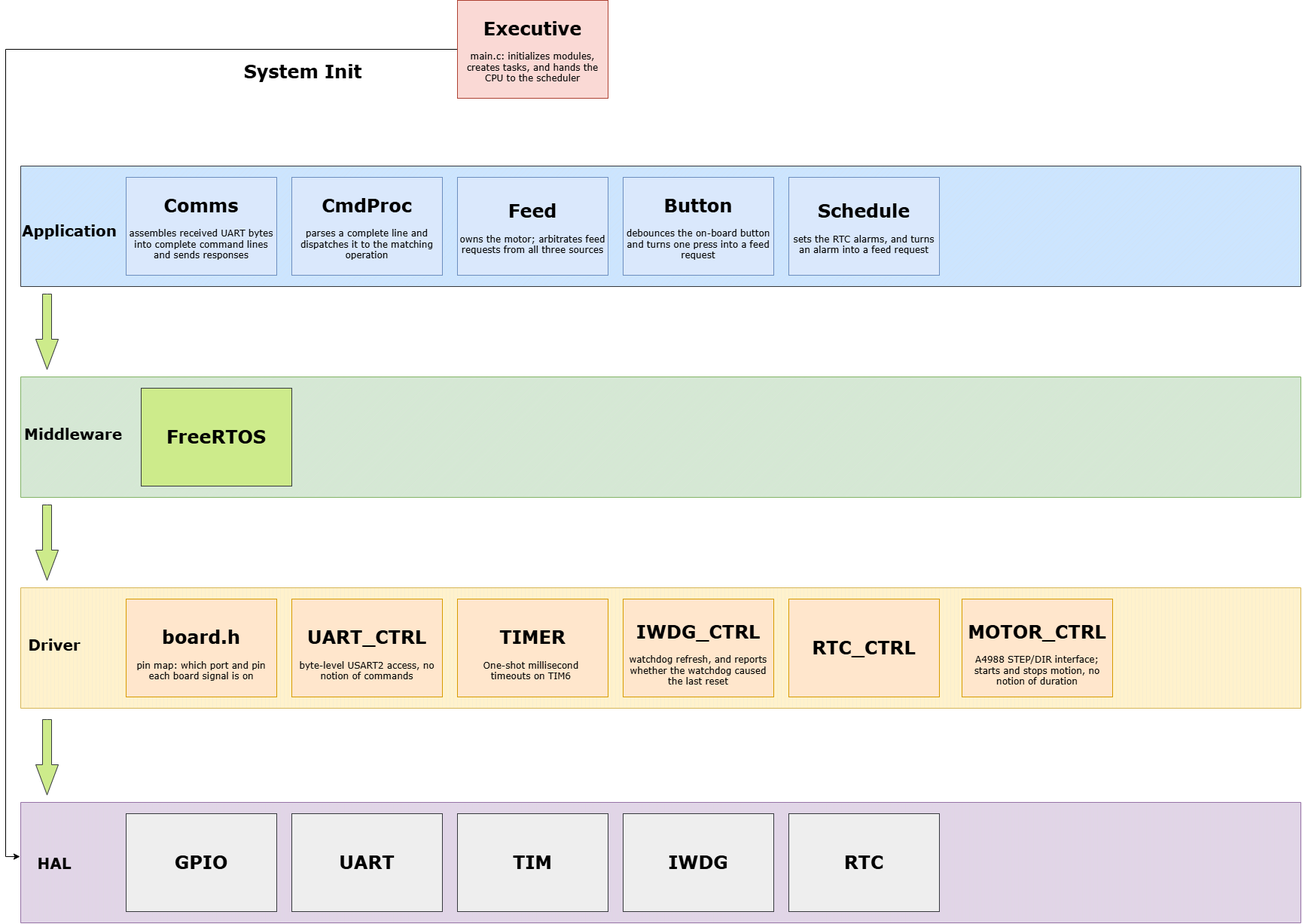
yuheng2002/FelineGuard keeps this draw.io diagram as docs/Layered Architecture_FreeRTOS.png. Above is the earlier version. Source tidied: cells renumbered, new cells last; positions are measured from the earlier drawing's top-left corner, leaving out a move shared by most shapes.
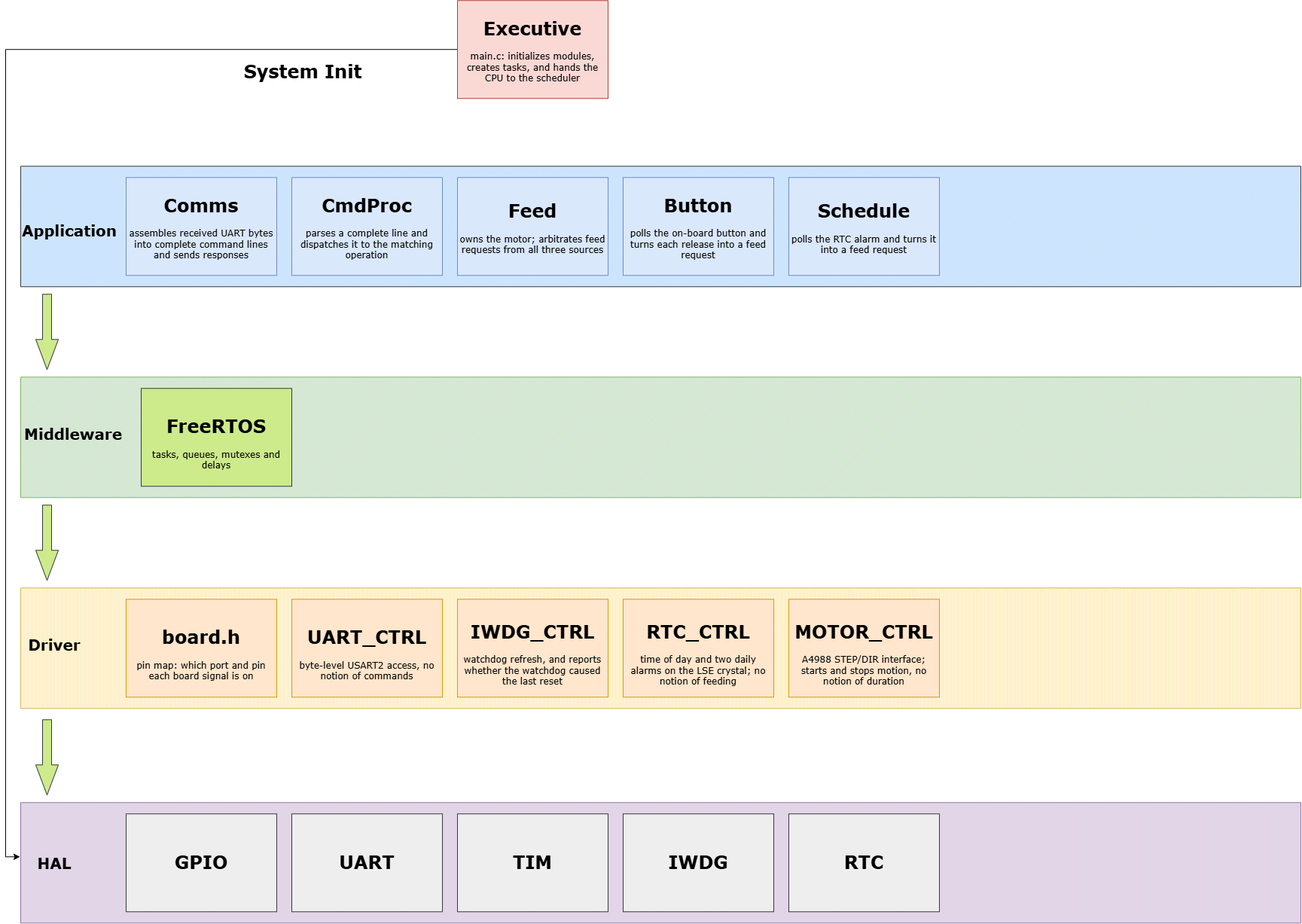
After the change.

Commit message:
docs: update Button, Schedule and RTC_CTRL in FreeRTOS layered diagram

Diff of the diagram source:
```diff
@@ -23,11 +23,8 @@
     <mxCell id="8" value="&lt;h1&gt;&lt;font&gt;UART_CTRL&lt;/font&gt;&lt;/h1&gt;&lt;div&gt;byte-level USART2 access, no notion of commands&lt;/div&gt;" style="rounded=0;whiteSpace=wrap;html=1;fillColor=#ffe6cc;strokeColor=#d79b00;fontFamily=Verdana;" parent="1" vertex="1">
       <mxGeometry x="360" y="795" width="200" height="130" as="geometry" />
     </mxCell>
-    <mxCell id="9" value="&lt;h1&gt;&lt;font&gt;TIMER&lt;/font&gt;&lt;/h1&gt;&lt;div&gt;One-shot millisecond&amp;nbsp;&lt;/div&gt;&lt;div&gt;timeouts on TIM6&amp;nbsp;&lt;/div&gt;" style="rounded=0;whiteSpace=wrap;html=1;fillColor=#ffe6cc;strokeColor=#d79b00;fontFamily=Verdana;" parent="1" vertex="1">
-      <mxGeometry x="580" y="795" width="200" height="130" as="geometry" />
-    </mxCell>
-    <mxCell id="10" value="&lt;h1&gt;&lt;font&gt;RTC_CTRL&lt;/font&gt;&lt;/h1&gt;" style="rounded=0;whiteSpace=wrap;html=1;fillColor=#ffe6cc;strokeColor=#d79b00;fontFamily=Verdana;" parent="1" vertex="1">
-      <mxGeometry x="1020" y="795" width="200" height="130" as="geometry" />
+    <mxCell id="10" value="&lt;h1&gt;&lt;font&gt;RTC_CTRL&lt;/font&gt;&lt;/h1&gt;&lt;div&gt;&lt;font&gt;time of day and two daily alarms on the LSE crystal; no notion of feeding&lt;/font&gt;&lt;/div&gt;" style="rounded=0;whiteSpace=wrap;html=1;fillColor=#ffe6cc;strokeColor=#d79b00;fontFamily=Verdana;" parent="1" vertex="1">
+      <mxGeometry x="800" y="795" width="200" height="130" as="geometry" />
     </mxCell>
     <mxCell id="11" style="edgeStyle=orthogonalEdgeStyle;rounded=0;jettySize=auto;html=1;entryX=-0.011;entryY=0.386;entryDx=0;entryDy=0;entryPerimeter=0;" parent="1" edge="1" source="12" target="6">
       <mxGeometry relative="1" as="geometry" />
@@ -48,7 +45,7 @@
       <mxGeometry x="800" y="1080" width="200" height="130" as="geometry" />
     </mxCell>
     <mxCell id="17" value="&lt;h1&gt;&lt;font&gt;IWDG_CTRL&lt;/font&gt;&lt;/h1&gt;&lt;div&gt;&lt;font&gt;watchdog refresh, and reports whether the watchdog caused the last reset&lt;/font&gt;&lt;/div&gt;" style="rounded=0;whiteSpace=wrap;html=1;fillColor=#ffe6cc;strokeColor=#d79b00;fontFamily=Verdana;" parent="1" vertex="1">
-      <mxGeometry x="800" y="795" width="200" height="130" as="geometry" />
+      <mxGeometry x="580" y="795" width="200" height="130" as="geometry" />
     </mxCell>
     <mxCell id="18" value="&lt;h1&gt;&lt;font&gt;Comms&lt;/font&gt;&lt;/h1&gt;&lt;p style=&quot;&quot;&gt;&lt;font&gt;assembles received UART bytes into complete command lines and sends responses&lt;/font&gt;&lt;/p&gt;" style="rounded=0;whiteSpace=wrap;html=1;fillColor=#dae8fc;strokeColor=#6c8ebf;fontFamily=Verdana;" parent="1" vertex="1">
       <mxGeometry x="140" y="235" width="200" height="130" as="geometry" />
@@ -63,7 +60,7 @@
       <mxGeometry x="580" y="1080" width="200" height="130" as="geometry" />
     </mxCell>
     <mxCell id="22" value="&lt;h1&gt;&lt;font&gt;MOTOR_CTRL&lt;/font&gt;&lt;/h1&gt;&lt;div&gt;&lt;font&gt;A4988 STEP/DIR interface; starts and stops motion, no notion of duration&lt;/font&gt;&lt;/div&gt;" style="rounded=0;whiteSpace=wrap;html=1;fillColor=#ffe6cc;strokeColor=#d79b00;fontFamily=Verdana;" parent="1" vertex="1">
-      <mxGeometry x="1250" y="795" width="200" height="130" as="geometry" />
+      <mxGeometry x="1020" y="795" width="200" height="130" as="geometry" />
     </mxCell>
     <mxCell id="23" style="html=1;shadow=0;dashed=0;align=center;verticalAlign=middle;shape=mxgraph.arrows2.arrow;dy=0.6;dx=40;direction=south;notch=0;fillColor=#cdeb8b;strokeColor=#36393d;fontFamily=Verdana;" parent="1" vertex="1">
       <mxGeometry x="20" y="955" width="30" height="100" as="geometry" />
@@ -71,10 +68,10 @@
     <mxCell id="24" style="html=1;shadow=0;dashed=0;align=center;verticalAlign=middle;shape=mxgraph.arrows2.arrow;dy=0.6;dx=40;direction=south;notch=0;fillColor=#cdeb8b;strokeColor=#36393d;fontFamily=Verdana;" parent="1" vertex="1">
       <mxGeometry x="20" y="390" width="30" height="100" as="geometry" />
     </mxCell>
-    <mxCell id="25" value="&lt;h1&gt;&lt;font&gt;Button&lt;/font&gt;&lt;/h1&gt;&lt;p&gt;debounces the on-board button and turns one press into a feed request&lt;/p&gt;" style="rounded=0;whiteSpace=wrap;html=1;fillColor=#dae8fc;strokeColor=#6c8ebf;fontFamily=Verdana;" parent="1" vertex="1">
+    <mxCell id="25" value="&lt;h1&gt;&lt;font&gt;Button&lt;/font&gt;&lt;/h1&gt;&lt;p&gt;polls the on-board button and turns each release into a feed request&lt;/p&gt;" style="rounded=0;whiteSpace=wrap;html=1;fillColor=#dae8fc;strokeColor=#6c8ebf;fontFamily=Verdana;" parent="1" vertex="1">
       <mxGeometry x="800" y="235" width="200" height="130" as="geometry" />
     </mxCell>
-    <mxCell id="26" value="&lt;h1&gt;&lt;font face=&quot;Verdana&quot;&gt;Schedule&lt;/font&gt;&lt;/h1&gt;&lt;p&gt;sets the RTC alarms, and turns an alarm into a feed request&lt;/p&gt;" style="rounded=0;whiteSpace=wrap;html=1;fillColor=#dae8fc;strokeColor=#6c8ebf;fontFamily=Verdana;" parent="1" vertex="1">
+    <mxCell id="26" value="&lt;h1&gt;&lt;font face=&quot;Verdana&quot;&gt;Schedule&lt;/font&gt;&lt;/h1&gt;&lt;p&gt;polls the RTC alarm and turns it into a feed request&lt;/p&gt;" style="rounded=0;whiteSpace=wrap;html=1;fillColor=#dae8fc;strokeColor=#6c8ebf;fontFamily=Verdana;" parent="1" vertex="1">
       <mxGeometry x="1020" y="235" width="200" height="130" as="geometry" />
     </mxCell>
     <mxCell id="27" value="&lt;h1&gt;&lt;font face=&quot;Verdana&quot;&gt;System Init&lt;/font&gt;&lt;/h1&gt;" style="text;html=1;whiteSpace=wrap;strokeColor=none;fillColor=none;align=center;verticalAlign=middle;rounded=0;" parent="1" vertex="1">
@@ -92,7 +89,7 @@
     <mxCell id="31" value="&lt;h1&gt;&lt;font style=&quot;font-size: 20px;&quot;&gt;Middleware&lt;/font&gt;&lt;/h1&gt;" style="text;html=1;whiteSpace=wrap;strokeColor=none;fillColor=none;align=center;verticalAlign=middle;rounded=0;fontFamily=Verdana;" parent="1" vertex="1">
       <mxGeometry y="540" width="140" height="70" as="geometry" />
     </mxCell>
-    <mxCell id="32" value="&lt;h1&gt;FreeRTOS&lt;/h1&gt;" style="rounded=0;whiteSpace=wrap;html=1;fillColor=#cdeb8b;strokeColor=#36393d;fontFamily=Verdana;" parent="1" vertex="1">
+    <mxCell id="32" value="&lt;h1&gt;FreeRTOS&lt;/h1&gt;&lt;div&gt;tasks, queues, mutexes and delays&lt;/div&gt;" style="rounded=0;whiteSpace=wrap;html=1;fillColor=#cdeb8b;strokeColor=#36393d;fontFamily=Verdana;" parent="1" vertex="1">
       <mxGeometry x="160" y="515" width="200" height="130" as="geometry" />
     </mxCell>
   </root>
```
